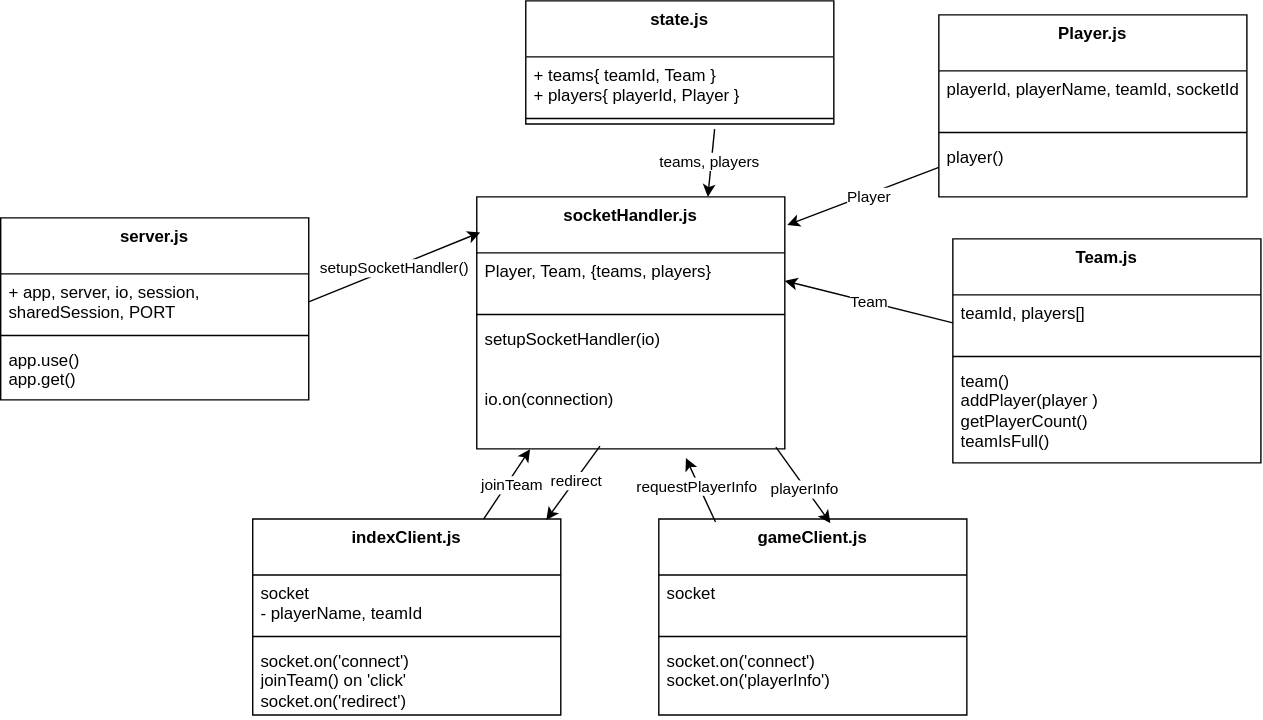
Before: documentation/testdiagram.drawio.svg, a diagram exported from draw.io (raskrawen/EscapeRoomVirt). Source tidied: cells renumbered, new cells last; positions are measured from the earlier drawing's top-left corner, leaving out a move shared by most shapes.
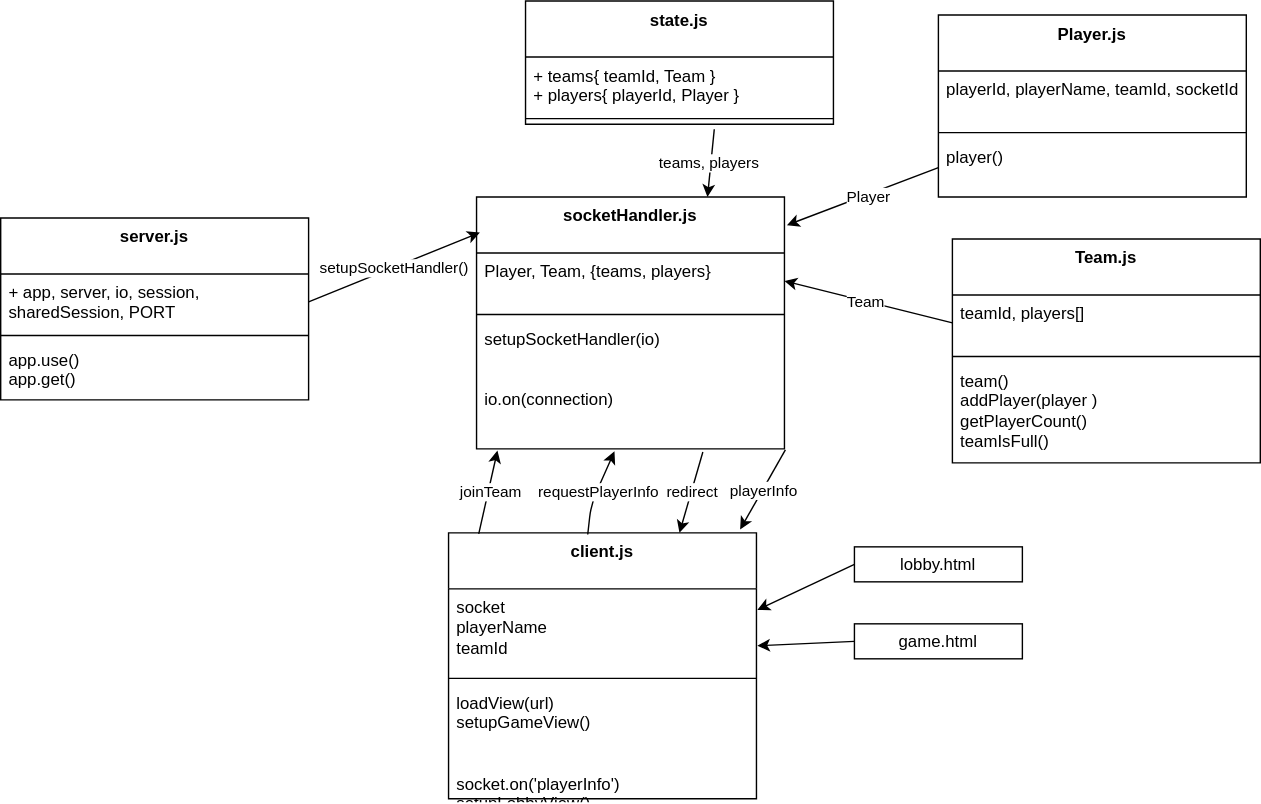
After the commit.

Commit message:
Implement feature X to enhance user experience and fix bug Y in module Z

The edit, as a diff of the source:
```diff
@@ -67,29 +67,17 @@
     <mxCell id="22" value="setupSocketHandler(io)&lt;div&gt;&lt;span style=&quot;white-space: pre;&quot;&gt;&#9;&lt;/span&gt;io.on(connection)&lt;br&gt;&lt;/div&gt;&lt;div&gt;&lt;span style=&quot;white-space: pre;&quot;&gt;&#9;&lt;/span&gt;socket.on('joinTeam')&lt;br&gt;&lt;/div&gt;&lt;div&gt;&lt;span style=&quot;white-space: pre;&quot;&gt;&#9;&lt;/span&gt;socket.on('requestPlayerInfo')&lt;br&gt;&lt;/div&gt;&lt;div&gt;&lt;span style=&quot;white-space: pre;&quot;&gt;&#9;&lt;/span&gt;socket.on(disconnect')&lt;br&gt;&lt;/div&gt;" style="text;strokeColor=none;fillColor=none;align=left;verticalAlign=top;spacingLeft=4;spacingRight=4;overflow=hidden;points=[[0,0.5],[1,0.5]];portConstraint=eastwest;whiteSpace=wrap;html=1;" parent="19" vertex="1">
       <mxGeometry y="88" width="220" height="92" as="geometry" />
     </mxCell>
-    <mxCell id="23" value="indexClient.js" style="swimlane;fontStyle=1;align=center;verticalAlign=top;horizontal=1;startSize=40;whiteSpace=wrap;html=1;" parent="1" vertex="1">
-      <mxGeometry x="180" y="370" width="220" height="140" as="geometry" />
-    </mxCell>
-    <mxCell id="24" value="socket&lt;div&gt;- playerName, teamId&lt;/div&gt;" style="text;strokeColor=none;fillColor=none;align=left;verticalAlign=top;spacingLeft=4;spacingRight=4;overflow=hidden;whiteSpace=wrap;html=1;" parent="23" vertex="1">
-      <mxGeometry y="40" width="220" height="40" as="geometry" />
-    </mxCell>
-    <mxCell id="25" style="line;strokeWidth=1;fillColor=none;align=left;verticalAlign=middle;spacingTop=-1;spacingLeft=3;spacingRight=3;labelPosition=right;strokeColor=inherit;" parent="23" vertex="1">
-      <mxGeometry y="80" width="220" height="8" as="geometry" />
-    </mxCell>
-    <mxCell id="26" value="&lt;div&gt;socket.on('connect')&lt;/div&gt;&lt;div&gt;joinTeam() on 'click'&lt;/div&gt;&lt;div&gt;socket.on('redirect')&lt;/div&gt;&lt;div&gt;&lt;br&gt;&lt;/div&gt;" style="text;strokeColor=none;fillColor=none;align=left;verticalAlign=top;spacingLeft=4;spacingRight=4;overflow=hidden;whiteSpace=wrap;html=1;" parent="23" vertex="1">
-      <mxGeometry y="88" width="220" height="52" as="geometry" />
-    </mxCell>
-    <mxCell id="27" value="gameClient.js" style="swimlane;fontStyle=1;align=center;verticalAlign=top;horizontal=1;startSize=40;whiteSpace=wrap;html=1;" parent="1" vertex="1">
-      <mxGeometry x="470" y="370" width="220" height="140" as="geometry" />
+    <mxCell id="27" value="client.js" style="swimlane;fontStyle=1;align=center;verticalAlign=top;horizontal=1;startSize=40;whiteSpace=wrap;html=1;" parent="1" vertex="1">
+      <mxGeometry x="320" y="380" width="220" height="190" as="geometry" />
     </mxCell>
-    <mxCell id="28" value="socket" style="text;strokeColor=none;fillColor=none;align=left;verticalAlign=top;spacingLeft=4;spacingRight=4;overflow=hidden;points=[[0,0.5],[1,0.5]];portConstraint=eastwest;whiteSpace=wrap;html=1;" parent="27" vertex="1">
-      <mxGeometry y="40" width="220" height="40" as="geometry" />
+    <mxCell id="28" value="socket&lt;div&gt;playerName&lt;/div&gt;&lt;div&gt;teamId&lt;/div&gt;" style="text;strokeColor=none;fillColor=none;align=left;verticalAlign=top;spacingLeft=4;spacingRight=4;overflow=hidden;points=[[0,0.5],[1,0.5]];portConstraint=eastwest;whiteSpace=wrap;html=1;" parent="27" vertex="1">
+      <mxGeometry y="40" width="220" height="60" as="geometry" />
     </mxCell>
     <mxCell id="29" style="line;strokeWidth=1;fillColor=none;align=left;verticalAlign=middle;spacingTop=-1;spacingLeft=3;spacingRight=3;labelPosition=right;strokeColor=inherit;" parent="27" vertex="1">
-      <mxGeometry y="80" width="220" height="8" as="geometry" />
+      <mxGeometry y="100" width="220" height="8" as="geometry" />
     </mxCell>
-    <mxCell id="30" value="&lt;div&gt;socket.on('connect')&lt;/div&gt;&lt;div&gt;socket.on('playerInfo')&lt;/div&gt;&lt;div&gt;&lt;br&gt;&lt;/div&gt;" style="text;strokeColor=none;fillColor=none;align=left;verticalAlign=top;spacingLeft=4;spacingRight=4;overflow=hidden;whiteSpace=wrap;html=1;" parent="27" vertex="1">
-      <mxGeometry y="88" width="220" height="52" as="geometry" />
+    <mxCell id="30" value="&lt;div&gt;loadView(url)&lt;/div&gt;&lt;div&gt;setupGameView()&lt;/div&gt;&lt;div&gt;&lt;span style=&quot;white-space: pre;&quot;&gt;&#9;&lt;/span&gt;socket.on('playerInfo')&lt;br&gt;&lt;/div&gt;&lt;div&gt;setupLobbyView()&lt;/div&gt;&lt;div&gt;socket.on('redirect')&lt;/div&gt;&lt;div&gt;&lt;br&gt;&lt;/div&gt;&lt;div&gt;&lt;br&gt;&lt;/div&gt;" style="text;strokeColor=none;fillColor=none;align=left;verticalAlign=top;spacingLeft=4;spacingRight=4;overflow=hidden;whiteSpace=wrap;html=1;" parent="27" vertex="1">
+      <mxGeometry y="108" width="220" height="82" as="geometry" />
     </mxCell>
     <mxCell id="31" style="edgeStyle=none;html=1;exitX=0;exitY=0.5;exitDx=0;exitDy=0;entryX=1;entryY=0.5;entryDx=0;entryDy=0;" parent="1" edge="1" source="11" target="20">
       <mxGeometry relative="1" as="geometry" />
@@ -103,18 +91,6 @@
     <mxCell id="34" value="Player" style="edgeLabel;html=1;align=center;verticalAlign=middle;" parent="33" vertex="1">
       <mxGeometry x="-0.06" y="1" relative="1" as="geometry" />
     </mxCell>
-    <mxCell id="35" style="edgeStyle=none;html=1;exitX=0.75;exitY=0;exitDx=0;exitDy=0;entryX=0.173;entryY=1.002;entryDx=0;entryDy=0;entryPerimeter=0;" parent="1" edge="1" source="23" target="22">
-      <mxGeometry relative="1" as="geometry" />
-    </mxCell>
-    <mxCell id="36" value="joinTeam" style="edgeLabel;html=1;align=center;verticalAlign=middle;" parent="35" vertex="1">
-      <mxGeometry x="0.06" y="-2" relative="1" as="geometry" />
-    </mxCell>
-    <mxCell id="37" style="edgeStyle=none;html=1;entryX=0.953;entryY=0.005;entryDx=0;entryDy=0;entryPerimeter=0;exitX=0.4;exitY=0.978;exitDx=0;exitDy=0;exitPerimeter=0;" parent="1" edge="1" source="22" target="23">
-      <mxGeometry relative="1" as="geometry" />
-    </mxCell>
-    <mxCell id="38" value="redirect" style="edgeLabel;html=1;align=center;verticalAlign=middle;" parent="37" vertex="1">
-      <mxGeometry x="-0.09" relative="1" as="geometry" />
-    </mxCell>
     <mxCell id="39" style="edgeStyle=none;html=1;exitX=1;exitY=0.5;exitDx=0;exitDy=0;entryX=0.011;entryY=0.141;entryDx=0;entryDy=0;entryPerimeter=0;" parent="1" edge="1" source="3" target="19">
       <mxGeometry relative="1" as="geometry" />
     </mxCell>
@@ -123,17 +99,45 @@
         <mxPoint x="-1" as="offset" />
       </mxGeometry>
     </mxCell>
+    <mxCell id="44" style="edgeStyle=none;html=1;exitX=0.098;exitY=0.004;exitDx=0;exitDy=0;entryX=0.068;entryY=1.013;entryDx=0;entryDy=0;entryPerimeter=0;exitPerimeter=0;" parent="1" edge="1" source="27" target="22">
+      <mxGeometry relative="1" as="geometry" />
+    </mxCell>
+    <mxCell id="36" value="joinTeam" style="edgeLabel;html=1;align=center;verticalAlign=middle;" parent="44" vertex="1">
+      <mxGeometry x="0.02" y="-1" relative="1" as="geometry" />
+    </mxCell>
-    <mxCell id="41" style="edgeStyle=none;html=1;exitX=0.184;exitY=0.016;exitDx=0;exitDy=0;entryX=0.679;entryY=1.071;entryDx=0;entryDy=0;entryPerimeter=0;exitPerimeter=0;" parent="1" edge="1" source="27" target="22">
-      <mxGeometry relative="1" as="geometry" />
+    <mxCell id="41" style="edgeStyle=none;html=1;exitX=0.452;exitY=0.006;exitDx=0;exitDy=0;entryX=0.448;entryY=1.019;entryDx=0;entryDy=0;entryPerimeter=0;exitPerimeter=0;" parent="1" edge="1" source="27" target="22">
+      <mxGeometry relative="1" as="geometry">
+        <Array as="points">
+          <mxPoint x="421.9" y="359.2" />
+        </Array>
+      </mxGeometry>
     </mxCell>
     <mxCell id="42" value="requestPlayerInfo" style="edgeLabel;html=1;align=center;verticalAlign=middle;" parent="41" vertex="1">
-      <mxGeometry x="0.19" y="2" relative="1" as="geometry" />
+      <mxGeometry x="0.02" y="-1" relative="1" as="geometry" />
     </mxCell>
-    <mxCell id="43" style="edgeStyle=none;html=1;exitX=0.971;exitY=0.986;exitDx=0;exitDy=0;entryX=0.557;entryY=0.021;entryDx=0;entryDy=0;entryPerimeter=0;exitPerimeter=0;" parent="1" edge="1" source="22" target="27">
-      <mxGeometry relative="1" as="geometry" />
-    </mxCell>
-    <mxCell id="44" value="playerInfo" style="edgeLabel;html=1;align=center;verticalAlign=middle;" parent="43" vertex="1">
-      <mxGeometry x="0.08" y="-1" relative="1" as="geometry" />
-    </mxCell>
+    <mxCell id="45" style="edgeStyle=none;html=1;exitX=1.003;exitY=1.008;exitDx=0;exitDy=0;entryX=0.947;entryY=-0.013;entryDx=0;entryDy=0;entryPerimeter=0;exitPerimeter=0;" parent="1" edge="1" source="22" target="27">
+      <mxGeometry relative="1" as="geometry" />
+    </mxCell>
+    <mxCell id="46" value="playerInfo" style="edgeLabel;html=1;align=center;verticalAlign=middle;" parent="45" vertex="1">
+      <mxGeometry x="0.01" relative="1" as="geometry" />
+    </mxCell>
+    <mxCell id="47" style="edgeStyle=none;html=1;exitX=0.735;exitY=1.024;exitDx=0;exitDy=0;entryX=0.75;entryY=0;entryDx=0;entryDy=0;exitPerimeter=0;" parent="1" edge="1" source="22" target="27">
+      <mxGeometry relative="1" as="geometry" />
+    </mxCell>
+    <mxCell id="38" value="redirect" style="edgeLabel;html=1;align=center;verticalAlign=middle;" parent="47" vertex="1">
+      <mxGeometry x="-0.04" relative="1" as="geometry" />
+    </mxCell>
+    <mxCell id="48" value="game.html" style="whiteSpace=wrap;html=1;" parent="1" vertex="1">
+      <mxGeometry x="610" y="445" width="120" height="25" as="geometry" />
+    </mxCell>
+    <mxCell id="49" value="lobby.html" style="whiteSpace=wrap;html=1;" parent="1" vertex="1">
+      <mxGeometry x="610" y="390" width="120" height="25" as="geometry" />
+    </mxCell>
+    <mxCell id="50" style="edgeStyle=none;html=1;exitX=0;exitY=0.5;exitDx=0;exitDy=0;entryX=1.003;entryY=0.678;entryDx=0;entryDy=0;entryPerimeter=0;" parent="1" edge="1" source="48" target="28">
+      <mxGeometry relative="1" as="geometry" />
+    </mxCell>
+    <mxCell id="51" style="edgeStyle=none;html=1;exitX=0;exitY=0.5;exitDx=0;exitDy=0;entryX=1.003;entryY=0.251;entryDx=0;entryDy=0;entryPerimeter=0;" parent="1" edge="1" source="49" target="28">
+      <mxGeometry relative="1" as="geometry" />
+    </mxCell>
   </root>
 </mxGraphModel>
```
